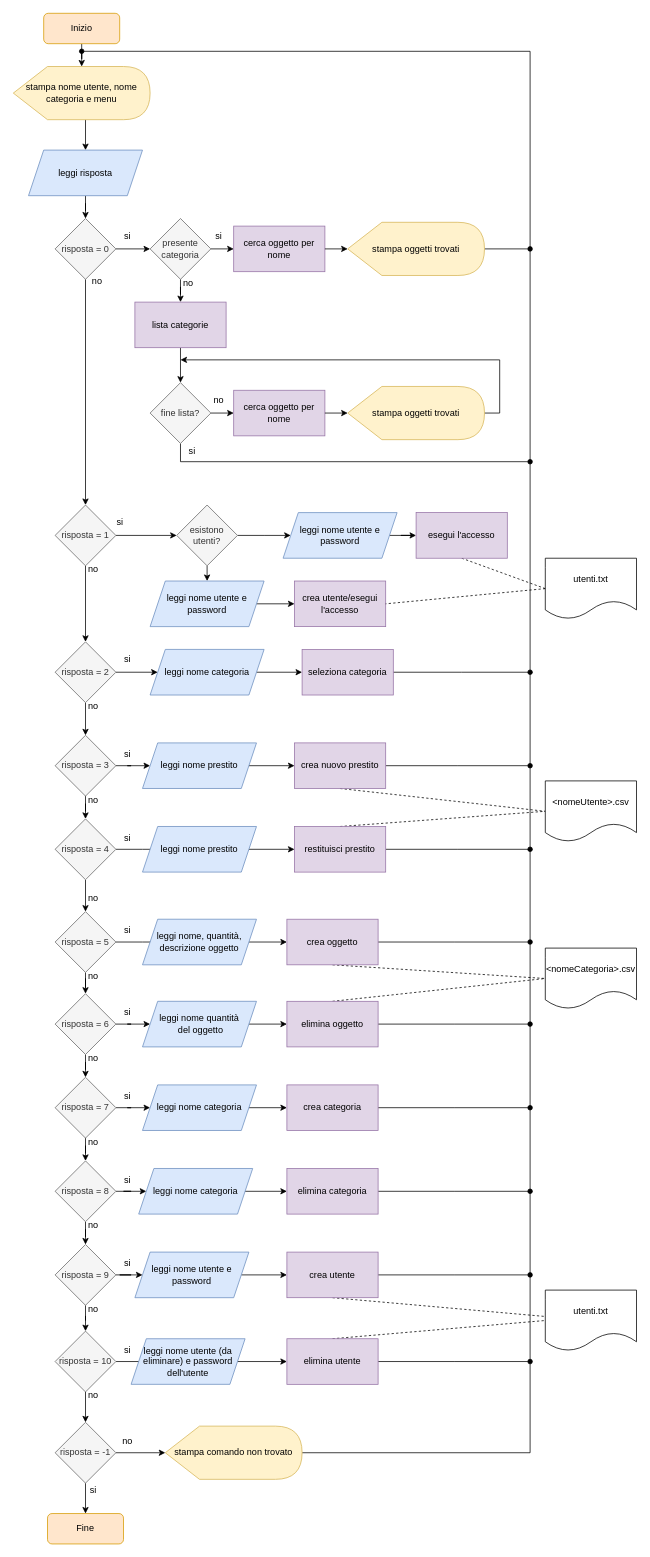
This is flowChart.drawio from souremillime/progetto-java, a draw.io file, before an edit. Source tidied: cells renumbered, new cells numbered last; positions are measured from the earlier drawing's top-left corner, leaving out a move shared by most shapes. Both pictures are drawn from the tidied source at 76%, with x=0, y=0 at pixel (13, 13).
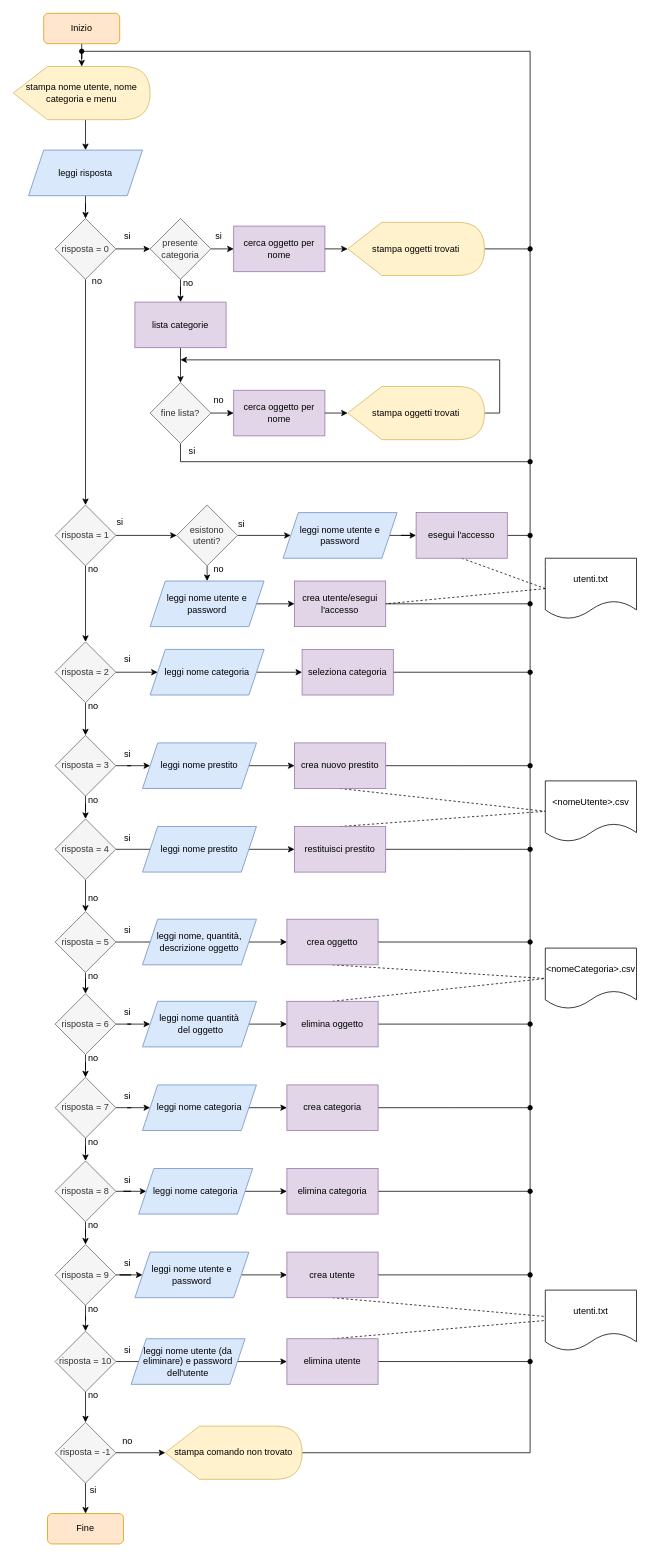
After the change.

Unchanged cells that the change refers to:
```xml
<mxCell id="40" value="crea utente/esegui l'accesso" style="whiteSpace=wrap;html=1;fillColor=#e1d5e7;strokeColor=#9673a6;" parent="1" vertex="1">
  <mxGeometry x="370" y="747" width="120" height="60" as="geometry" />
</mxCell>
<mxCell id="60" value="esegui l'accesso" style="whiteSpace=wrap;html=1;fillColor=#e1d5e7;strokeColor=#9673a6;" parent="1" vertex="1">
  <mxGeometry x="530" y="657" width="120" height="60" as="geometry" />
</mxCell>
```

Diff of the diagram source:
```diff
@@
+    <mxCell id="148" style="edgeStyle=orthogonalEdgeStyle;rounded=0;jettySize=auto;html=1;exitX=1;exitY=0.5;exitDx=0;exitDy=0;endArrow=oval;endFill=1;" parent="1" edge="1" source="40">
+      <mxGeometry relative="1" as="geometry">
+        <mxPoint x="680" y="777" as="targetPoint" />
+      </mxGeometry>
+    </mxCell>
@@
+    <mxCell id="149" style="edgeStyle=orthogonalEdgeStyle;rounded=0;jettySize=auto;html=1;exitX=1;exitY=0.5;exitDx=0;exitDy=0;endArrow=oval;endFill=1;" parent="1" edge="1" source="60">
+      <mxGeometry relative="1" as="geometry">
+        <mxPoint x="680" y="687" as="targetPoint" />
+      </mxGeometry>
+    </mxCell>
@@
+    <mxCell id="150" value="si" style="text;html=1;align=center;verticalAlign=middle;strokeColor=none;fillColor=none;" parent="1" vertex="1">
+      <mxGeometry x="285" y="658" width="30" height="30" as="geometry" />
+    </mxCell>
+    <mxCell id="151" value="no" style="text;html=1;align=center;verticalAlign=middle;strokeColor=none;fillColor=none;" parent="1" vertex="1">
+      <mxGeometry x="250" y="717" width="40" height="30" as="geometry" />
+    </mxCell>
```
